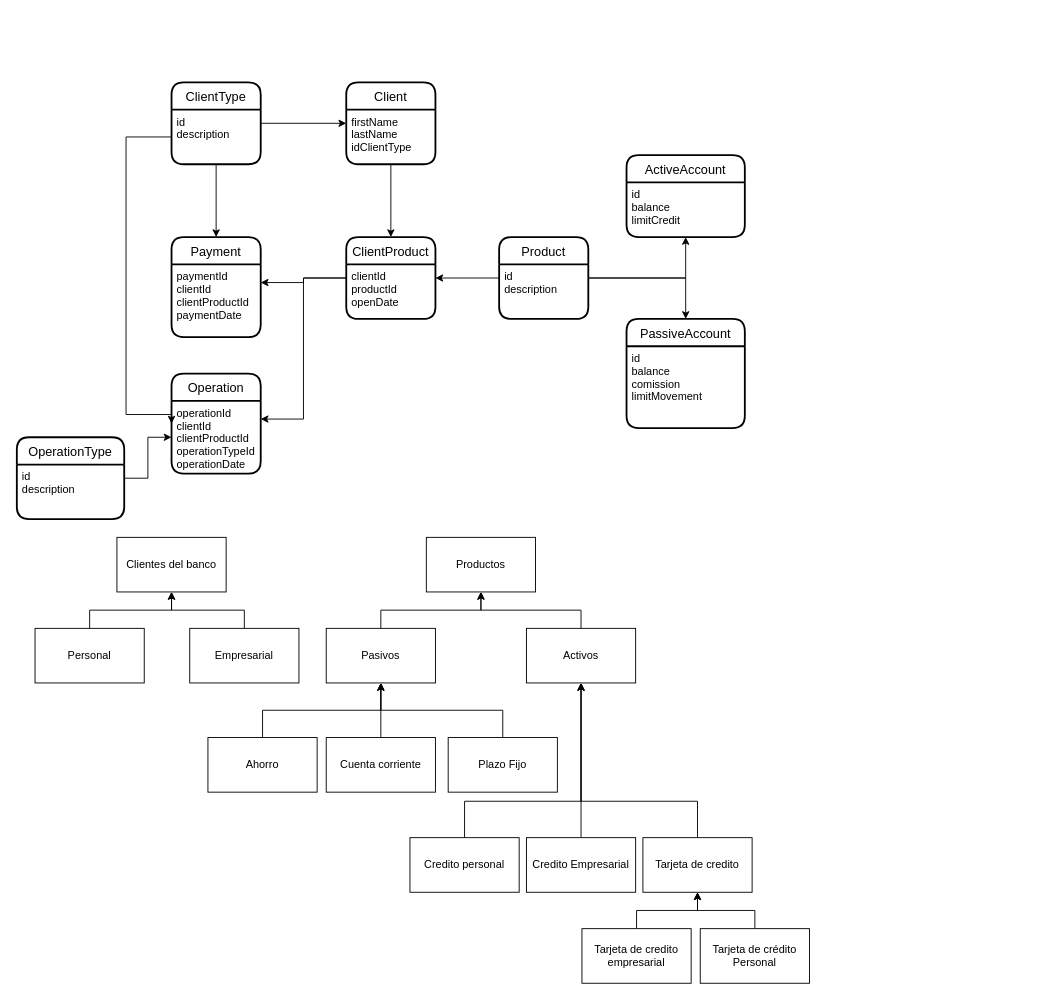
This is page "BD" (2 of 2) of Diagrama-solucon.drawio from SpDkMn01/bootcamp_documentation, a draw.io file, before an edit. Source tidied: cells renumbered, new cells numbered last; positions are measured from the earlier drawing's top-left corner, leaving out a move shared by most shapes. Both pictures are drawn from the tidied source at 91%, with x=0, y=0 at pixel (16, 82).
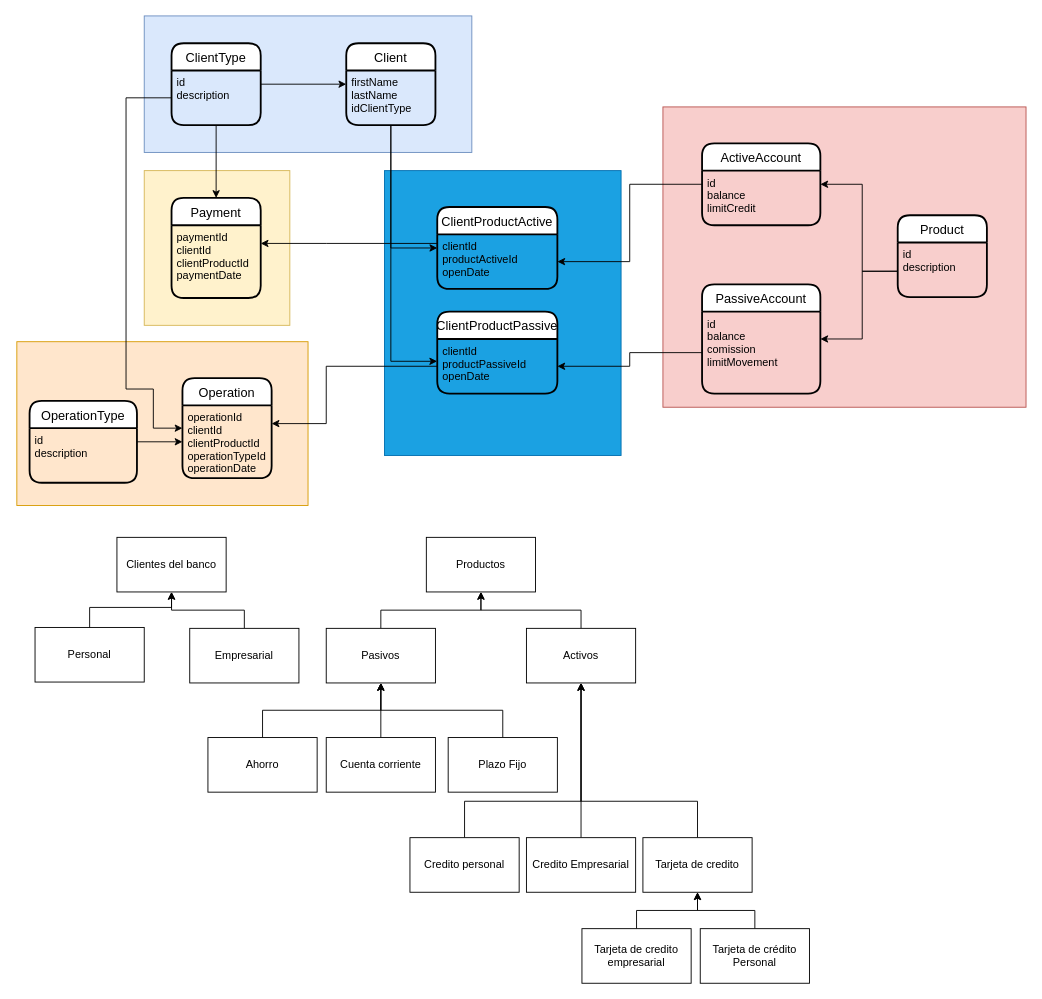
Above is the later version.

Unchanged cells that the change refers to:
```xml
<mxCell id="2" value="Clientes del banco" style="rounded=0;whiteSpace=wrap;html=1;" parent="1" vertex="1">
  <mxGeometry x="110" y="500" width="120" height="60" as="geometry" />
</mxCell>
<mxCell id="29" value="firstName&#10;lastName&#10;idClientType" style="align=left;strokeColor=none;fillColor=none;spacingLeft=4;fontSize=12;verticalAlign=top;dashed=1;" parent="28" vertex="1">
  <mxGeometry y="30" width="98" height="60" as="geometry" />
</mxCell>
<mxCell id="33" value="id&#10;description" style="align=left;strokeColor=none;fillColor=none;spacingLeft=4;fontSize=12;verticalAlign=top;dashed=1;" parent="32" vertex="1">
  <mxGeometry y="30" width="98" height="60" as="geometry" />
</mxCell>
<mxCell id="37" value="id&#10;description&#10;" style="align=left;strokeColor=none;fillColor=none;spacingLeft=4;fontSize=12;verticalAlign=top;dashed=1;" parent="36" vertex="1">
  <mxGeometry y="30" width="98" height="60" as="geometry" />
</mxCell>
<mxCell id="39" value="id&#10;balance&#10;comission&#10;limitMovement&#10;" style="align=left;strokeColor=none;fillColor=none;spacingLeft=4;fontSize=12;verticalAlign=top;dashed=1;" parent="38" vertex="1">
  <mxGeometry y="30" width="130" height="90" as="geometry" />
</mxCell>
<mxCell id="41" value="id&#10;balance&#10;limitCredit" style="align=left;strokeColor=none;fillColor=none;spacingLeft=4;fontSize=12;verticalAlign=top;dashed=1;" parent="40" vertex="1">
  <mxGeometry y="30" width="130" height="60" as="geometry" />
</mxCell>
<mxCell id="49" value="paymentId&#10;clientId&#10;clientProductId&#10;paymentDate&#10;" style="align=left;strokeColor=none;fillColor=none;spacingLeft=4;fontSize=12;verticalAlign=top;dashed=1;" parent="48" vertex="1">
  <mxGeometry y="30" width="98" height="80" as="geometry" />
</mxCell>
<mxCell id="51" value="operationId&#10;clientId&#10;clientProductId&#10;operationTypeId&#10;operationDate&#10;" style="align=left;strokeColor=none;fillColor=none;spacingLeft=4;fontSize=12;verticalAlign=top;dashed=1;" parent="50" vertex="1">
  <mxGeometry y="30" width="98" height="80" as="geometry" />
</mxCell>
```

The edit, as a diff of the source:
```diff
@@
+    <mxCell id="56" style="rounded=0;whiteSpace=wrap;html=1;fillColor=#1ba1e2;fontColor=#ffffff;strokeColor=#006EAF;" parent="1" vertex="1">
+      <mxGeometry x="404" y="97" width="260" height="313" as="geometry" />
+    </mxCell>
+    <mxCell id="57" style="rounded=0;whiteSpace=wrap;html=1;fillColor=#f8cecc;strokeColor=#b85450;" parent="1" vertex="1">
+      <mxGeometry x="710" y="27" width="399" height="330" as="geometry" />
+    </mxCell>
+    <mxCell id="58" style="rounded=0;whiteSpace=wrap;html=1;fillColor=#ffe6cc;strokeColor=#d79b00;" parent="1" vertex="1">
+      <mxGeometry y="285" width="320" height="180" as="geometry" />
+    </mxCell>
+    <mxCell id="59" style="rounded=0;whiteSpace=wrap;html=1;fillColor=#fff2cc;strokeColor=#d6b656;" parent="1" vertex="1">
+      <mxGeometry x="140" y="97" width="160" height="170" as="geometry" />
+    </mxCell>
+    <mxCell id="60" style="rounded=0;whiteSpace=wrap;html=1;fillColor=#dae8fc;strokeColor=#6c8ebf;" parent="1" vertex="1">
+      <mxGeometry x="140" y="-73" width="360" height="150" as="geometry" />
+    </mxCell>
@@
-    <mxCell id="3" style="edgeStyle=orthogonalEdgeStyle;rounded=0;jettySize=auto;html=1;exitX=0.5;exitY=0;exitDx=0;exitDy=0;" parent="1" edge="1" source="4" target="2">
-      <mxGeometry relative="1" as="geometry" />
+    <mxCell id="3" style="edgeStyle=orthogonalEdgeStyle;rounded=0;jettySize=auto;html=1;exitX=0.5;exitY=0;exitDx=0;exitDy=0;" parent="1" edge="1" target="2">
+      <mxGeometry relative="1" as="geometry">
+        <mxPoint x="80" y="600" as="sourcePoint" />
+        <Array as="points">
+          <mxPoint x="80" y="577" />
+          <mxPoint x="170" y="577" />
+        </Array>
+      </mxGeometry>
     </mxCell>
     <mxCell id="4" value="Personal" style="rounded=0;whiteSpace=wrap;html=1;" parent="1" vertex="1">
-      <mxGeometry x="20" y="600" width="120" height="60" as="geometry" />
+      <mxGeometry x="20" y="599" width="120" height="60" as="geometry" />
     </mxCell>
@@
     <mxCell id="28" value="Client" style="swimlane;horizontal=1;startSize=30;rounded=1;fontSize=14;fontStyle=0;strokeWidth=2;shadow=0;dashed=0;align=center;" parent="1" vertex="1">
-      <mxGeometry x="362" width="98" height="90" as="geometry" />
+      <mxGeometry x="362" y="-43" width="98" height="90" as="geometry" />
     </mxCell>
@@
     <mxCell id="32" value="ClientType" style="swimlane;horizontal=1;startSize=30;rounded=1;fontSize=14;fontStyle=0;strokeWidth=2;shadow=0;dashed=0;align=center;" parent="1" vertex="1">
-      <mxGeometry x="170" width="98" height="90" as="geometry" />
+      <mxGeometry x="170" y="-43" width="98" height="90" as="geometry" />
     </mxCell>
@@
-    <mxCell id="34" style="edgeStyle=orthogonalEdgeStyle;rounded=0;jettySize=auto;html=1;exitX=1;exitY=0.25;exitDx=0;exitDy=0;" parent="1" edge="1" source="37" target="38">
+    <mxCell id="34" style="edgeStyle=orthogonalEdgeStyle;rounded=0;jettySize=auto;html=1;exitX=-0.007;exitY=0.526;exitDx=0;exitDy=0;exitPerimeter=0;" parent="1" edge="1" source="37" target="38">
       <mxGeometry relative="1" as="geometry">
         <Array as="points">
-          <mxPoint x="735" y="215" />
+          <mxPoint x="929" y="208" />
+          <mxPoint x="929" y="282" />
         </Array>
       </mxGeometry>
     </mxCell>
-    <mxCell id="35" style="edgeStyle=orthogonalEdgeStyle;rounded=0;jettySize=auto;html=1;entryX=1;entryY=0.25;entryDx=0;entryDy=0;" parent="1" edge="1" source="36" target="46">
-      <mxGeometry relative="1" as="geometry" />
-    </mxCell>
     <mxCell id="36" value="Product" style="swimlane;horizontal=1;startSize=30;rounded=1;fontSize=14;fontStyle=0;strokeWidth=2;shadow=0;dashed=0;align=center;" parent="1" vertex="1">
-      <mxGeometry x="530" y="170" width="98" height="90" as="geometry" />
+      <mxGeometry x="968" y="146" width="98" height="90" as="geometry" />
     </mxCell>
@@
     <mxCell id="38" value="PassiveAccount" style="swimlane;horizontal=1;startSize=30;rounded=1;fontSize=14;fontStyle=0;strokeWidth=2;shadow=0;dashed=0;align=center;" parent="1" vertex="1">
-      <mxGeometry x="670" y="260" width="130" height="120" as="geometry" />
+      <mxGeometry x="753" y="222" width="130" height="120" as="geometry" />
     </mxCell>
@@
     <mxCell id="40" value="ActiveAccount" style="swimlane;horizontal=1;startSize=30;rounded=1;fontSize=14;fontStyle=0;strokeWidth=2;shadow=0;dashed=0;align=center;" parent="1" vertex="1">
-      <mxGeometry x="670" y="80" width="130" height="90" as="geometry" />
+      <mxGeometry x="753" y="67" width="130" height="90" as="geometry" />
     </mxCell>
@@
-    <mxCell id="42" style="edgeStyle=orthogonalEdgeStyle;rounded=0;jettySize=auto;html=1;exitX=1;exitY=0.25;exitDx=0;exitDy=0;" parent="1" edge="1" source="37" target="40">
-      <mxGeometry relative="1" as="geometry" />
+    <mxCell id="42" style="edgeStyle=orthogonalEdgeStyle;rounded=0;jettySize=auto;html=1;exitX=0.001;exitY=0.526;exitDx=0;exitDy=0;exitPerimeter=0;entryX=1;entryY=0.25;entryDx=0;entryDy=0;" parent="1" edge="1" source="37" target="41">
+      <mxGeometry relative="1" as="geometry">
+        <Array as="points">
+          <mxPoint x="929" y="208" />
+          <mxPoint x="929" y="112" />
+        </Array>
+      </mxGeometry>
     </mxCell>
     <mxCell id="43" style="edgeStyle=orthogonalEdgeStyle;rounded=0;jettySize=auto;html=1;entryX=1;entryY=0.25;entryDx=0;entryDy=0;" parent="1" edge="1" source="45" target="49">
-      <mxGeometry relative="1" as="geometry" />
+      <mxGeometry relative="1" as="geometry">
+        <Array as="points">
+          <mxPoint x="340" y="177" />
+          <mxPoint x="340" y="177" />
+        </Array>
+      </mxGeometry>
     </mxCell>
-    <mxCell id="44" style="edgeStyle=orthogonalEdgeStyle;rounded=0;jettySize=auto;html=1;entryX=1;entryY=0.25;entryDx=0;entryDy=0;" parent="1" edge="1" source="45" target="51">
-      <mxGeometry relative="1" as="geometry" />
+    <mxCell id="44" style="edgeStyle=orthogonalEdgeStyle;rounded=0;jettySize=auto;html=1;entryX=1;entryY=0.25;entryDx=0;entryDy=0;exitX=0;exitY=0.5;exitDx=0;exitDy=0;" parent="1" edge="1" source="62" target="51">
+      <mxGeometry relative="1" as="geometry">
+        <Array as="points">
+          <mxPoint x="340" y="312" />
+          <mxPoint x="340" y="375" />
+        </Array>
+      </mxGeometry>
     </mxCell>
-    <mxCell id="45" value="ClientProduct" style="swimlane;horizontal=1;startSize=30;rounded=1;fontSize=14;fontStyle=0;strokeWidth=2;shadow=0;dashed=0;align=center;" parent="1" vertex="1">
-      <mxGeometry x="362" y="170" width="98" height="90" as="geometry" />
+    <mxCell id="45" value="ClientProductActive" style="swimlane;horizontal=1;startSize=30;rounded=1;fontSize=14;fontStyle=0;strokeWidth=2;shadow=0;dashed=0;align=center;" parent="1" vertex="1">
+      <mxGeometry x="462" y="137" width="132" height="90" as="geometry" />
     </mxCell>
-    <mxCell id="46" value="clientId&#10;productId&#10;openDate" style="align=left;strokeColor=none;fillColor=none;spacingLeft=4;fontSize=12;verticalAlign=top;dashed=1;" parent="45" vertex="1">
-      <mxGeometry y="30" width="98" height="60" as="geometry" />
+    <mxCell id="46" value="clientId&#10;productActiveId&#10;openDate" style="align=left;strokeColor=none;fillColor=none;spacingLeft=4;fontSize=12;verticalAlign=top;dashed=1;" parent="45" vertex="1">
+      <mxGeometry y="30" width="132" height="60" as="geometry" />
     </mxCell>
-    <mxCell id="47" style="edgeStyle=orthogonalEdgeStyle;rounded=0;jettySize=auto;html=1;entryX=0.5;entryY=0;entryDx=0;entryDy=0;" parent="1" edge="1" source="29" target="45">
-      <mxGeometry relative="1" as="geometry" />
+    <mxCell id="47" style="edgeStyle=orthogonalEdgeStyle;rounded=0;jettySize=auto;html=1;entryX=0;entryY=0.25;entryDx=0;entryDy=0;" parent="1" edge="1" source="29" target="46">
+      <mxGeometry relative="1" as="geometry">
+        <Array as="points">
+          <mxPoint x="411" y="182" />
+        </Array>
+      </mxGeometry>
     </mxCell>
     <mxCell id="48" value="Payment" style="swimlane;horizontal=1;startSize=30;rounded=1;fontSize=14;fontStyle=0;strokeWidth=2;shadow=0;dashed=0;align=center;" parent="1" vertex="1">
-      <mxGeometry x="170" y="170" width="98" height="110" as="geometry" />
+      <mxGeometry x="170" y="127" width="98" height="110" as="geometry" />
     </mxCell>
@@
     <mxCell id="50" value="Operation" style="swimlane;horizontal=1;startSize=30;rounded=1;fontSize=14;fontStyle=0;strokeWidth=2;shadow=0;dashed=0;align=center;" parent="1" vertex="1">
-      <mxGeometry x="170" y="320" width="98" height="110" as="geometry" />
+      <mxGeometry x="182" y="325" width="98" height="110" as="geometry" />
     </mxCell>
@@
     <mxCell id="52" style="edgeStyle=orthogonalEdgeStyle;rounded=0;jettySize=auto;html=1;entryX=0;entryY=0.5;entryDx=0;entryDy=0;exitX=0;exitY=0.5;exitDx=0;exitDy=0;" parent="1" edge="1" source="33" target="50">
       <mxGeometry relative="1" as="geometry">
         <Array as="points">
-          <mxPoint x="120" y="60" />
-          <mxPoint x="120" y="365" />
+          <mxPoint x="120" y="17" />
+          <mxPoint x="120" y="337" />
+          <mxPoint x="150" y="337" />
+          <mxPoint x="150" y="380" />
         </Array>
       </mxGeometry>
     </mxCell>
@@
     <mxCell id="54" value="OperationType" style="swimlane;horizontal=1;startSize=30;rounded=1;fontSize=14;fontStyle=0;strokeWidth=2;shadow=0;dashed=0;align=center;" parent="1" vertex="1">
-      <mxGeometry y="390" width="118" height="90" as="geometry" />
+      <mxGeometry x="14" y="350" width="118" height="90" as="geometry" />
     </mxCell>
@@
+    <mxCell id="61" value="ClientProductPassive" style="swimlane;horizontal=1;startSize=30;rounded=1;fontSize=14;fontStyle=0;strokeWidth=2;shadow=0;dashed=0;align=center;" parent="1" vertex="1">
+      <mxGeometry x="462" y="252" width="132" height="90" as="geometry" />
+    </mxCell>
+    <mxCell id="62" value="clientId&#10;productPassiveId&#10;openDate" style="align=left;strokeColor=none;fillColor=none;spacingLeft=4;fontSize=12;verticalAlign=top;dashed=1;" parent="61" vertex="1">
+      <mxGeometry y="30" width="132" height="60" as="geometry" />
+    </mxCell>
+    <mxCell id="63" style="edgeStyle=orthogonalEdgeStyle;rounded=0;jettySize=auto;html=1;exitX=0;exitY=0.25;exitDx=0;exitDy=0;entryX=1;entryY=0.5;entryDx=0;entryDy=0;" parent="1" edge="1" source="41" target="46">
+      <mxGeometry relative="1" as="geometry" />
+    </mxCell>
+    <mxCell id="64" style="edgeStyle=orthogonalEdgeStyle;rounded=0;jettySize=auto;html=1;exitX=0;exitY=0.5;exitDx=0;exitDy=0;entryX=1;entryY=0.5;entryDx=0;entryDy=0;" parent="1" edge="1" source="39" target="62">
+      <mxGeometry relative="1" as="geometry" />
+    </mxCell>
+    <mxCell id="65" style="edgeStyle=orthogonalEdgeStyle;rounded=0;jettySize=auto;html=1;exitX=0.5;exitY=1;exitDx=0;exitDy=0;entryX=-0.001;entryY=0.409;entryDx=0;entryDy=0;entryPerimeter=0;" parent="1" edge="1" source="29" target="62">
+      <mxGeometry relative="1" as="geometry">
+        <Array as="points">
+          <mxPoint x="411" y="307" />
+          <mxPoint x="462" y="307" />
+        </Array>
+      </mxGeometry>
+    </mxCell>
```
